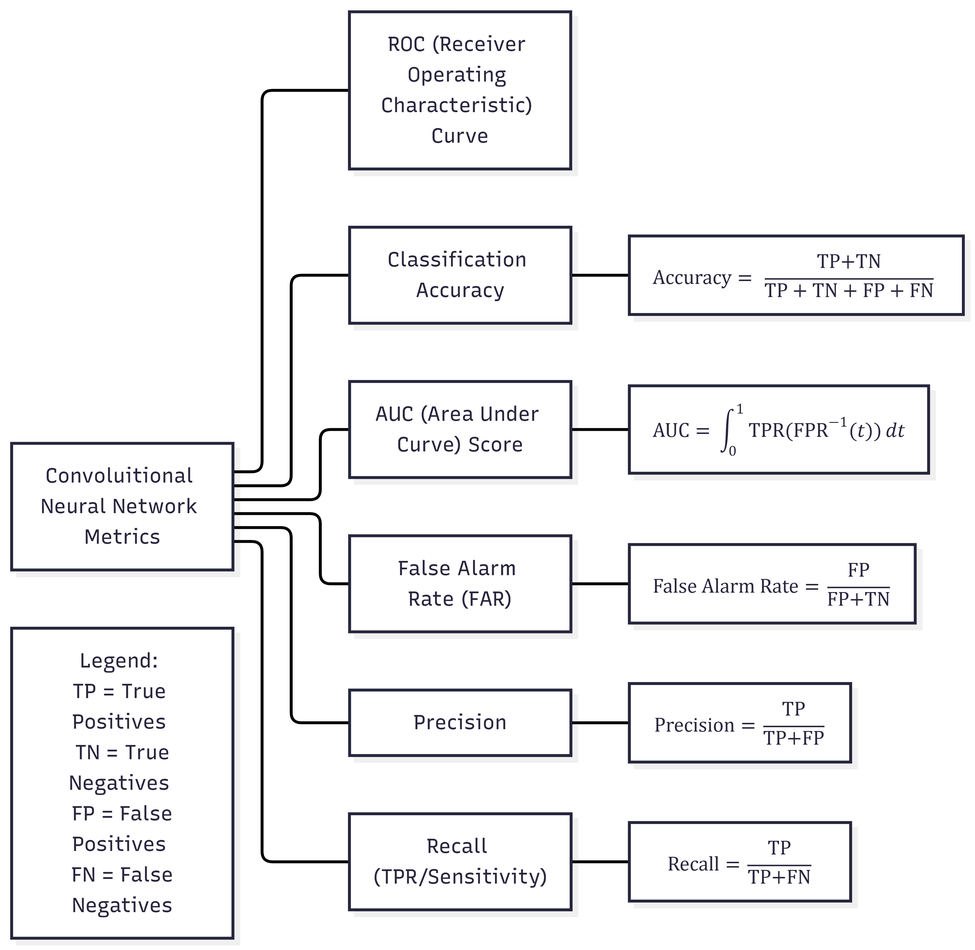
Earlier version of the Mermaid export Diagrams/Convolutional Neural Network Metrics.png (bruzz-bruzz/A-Review-on-Convolutional-Neural-Networks-CNN-in-Skin-Cancer-Diagnosis). Its source is kept beside it as Diagrams/Convolutional Neural Network Metrics.mmd. The source it was exported from:
```mermaid
---
config:
  theme: redux
---
flowchart LR
    Root["Convoluitional Neural Network Metrics"] --- A["ROC (Receiver Operating Characteristic) Curve"] & B["Classification Accuracy"] & C["AUC (Area Under Curve) Score"] & D["False Alarm Rate (FAR)"] & E["Precision"] & F["Recall (TPR/Sensitivity)"]
    B --- G["$$\text{Accuracy} = \frac{\text{TP} + \text{TN}}{\text{TP} + \text{TN} + \text{FP} + \text{FN}}$$"]
    E --- H["$$\text{Precision} = \frac{\text{TP}}{\text{TP} + \text{FP}}$$"]
    F --- I["$$\text{Recall} = \frac{\text{TP}}{\text{TP} + \text{FN}}$$"]
    D --- J["$$\text{False Alarm Rate} = \frac{\text{FP}}{\text{FP} + \text{TN}}$$"]
    C --- K["$$\text{AUC} = \int_{0}^{1} \text{TPR}(\text{FPR}^{-1}(t)) \, dt$$"]
    NOTE["Legend: <br>TP = True Positives <br> TN = True Negatives <br> FP = False Positives <br> FN = False Negatives"]
```
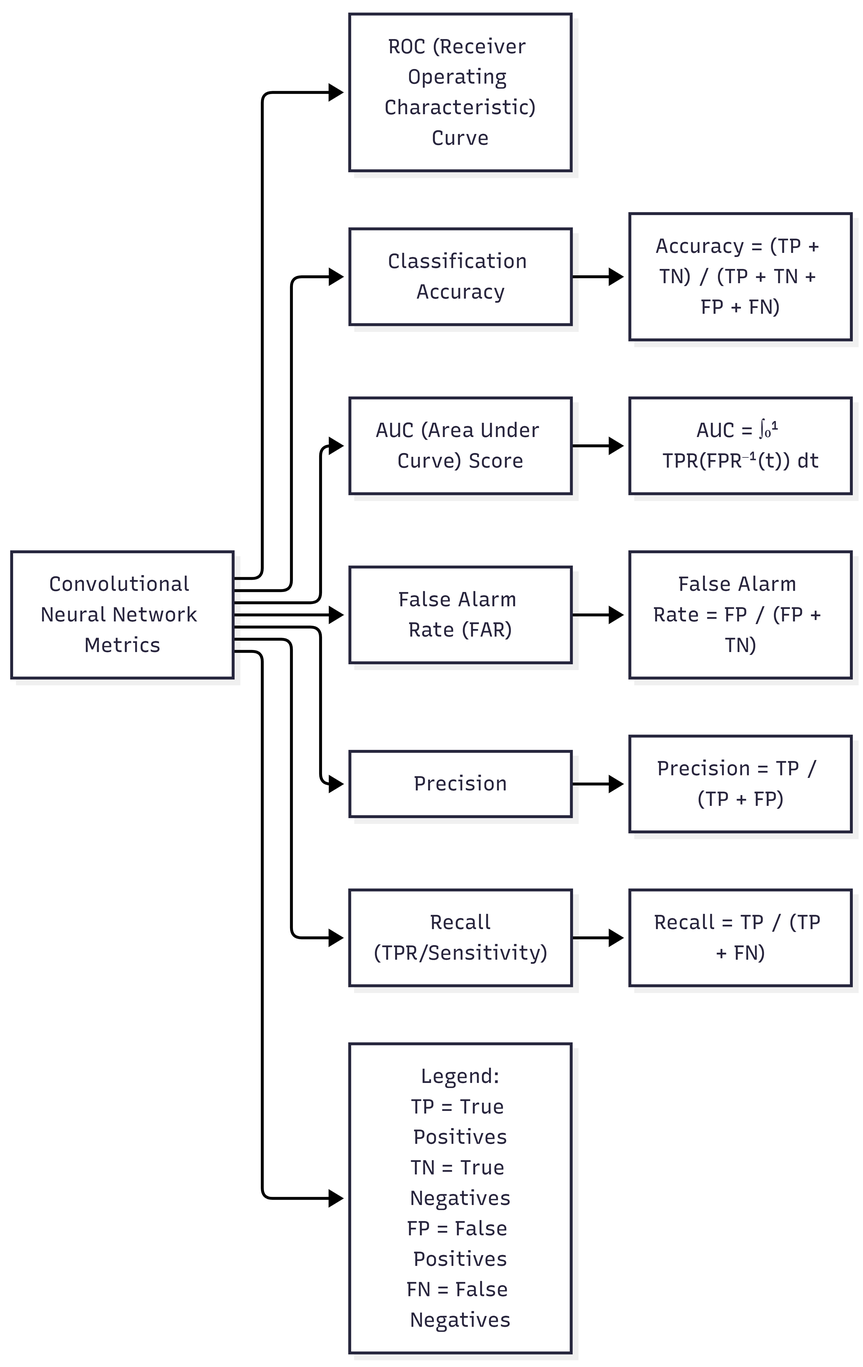
After the commit.

Diff of the diagram source:
```diff
@@ -1,12 +1,14 @@
----
-config:
-  theme: redux
----
-flowchart LR
-    Root["Convoluitional Neural Network Metrics"] --- A["ROC (Receiver Operating Characteristic) Curve"] & B["Classification Accuracy"] & C["AUC (Area Under Curve) Score"] & D["False Alarm Rate (FAR)"] & E["Precision"] & F["Recall (TPR/Sensitivity)"]
-    B --- G["$$\text{Accuracy} = \frac{\text{TP} + \text{TN}}{\text{TP} + \text{TN} + \text{FP} + \text{FN}}$$"]
-    E --- H["$$\text{Precision} = \frac{\text{TP}}{\text{TP} + \text{FP}}$$"]
-    F --- I["$$\text{Recall} = \frac{\text{TP}}{\text{TP} + \text{FN}}$$"]
-    D --- J["$$\text{False Alarm Rate} = \frac{\text{FP}}{\text{FP} + \text{TN}}$$"]
-    C --- K["$$\text{AUC} = \int_{0}^{1} \text{TPR}(\text{FPR}^{-1}(t)) \, dt$$"]
-    NOTE["Legend: <br>TP = True Positives <br> TN = True Negatives <br> FP = False Positives <br> FN = False Negatives"]
+graph LR
+    Root["Convolutional Neural Network Metrics"] --> ROC["ROC (Receiver Operating Characteristic)<br>Curve"]
+    Root --> Acc["Classification Accuracy"]
+    Root --> AUC["AUC (Area Under Curve) Score"]
+    Root --> FAR["False Alarm Rate (FAR)"]
+    Root --> Prec["Precision"]
+    Root --> Recall["Recall<br>(TPR/Sensitivity)"]
+    Root --> Legend["Legend:<br>TP = True Positives<br>TN = True Negatives<br>FP = False Positives<br>FN = False Negatives"]
+
+    Acc --> AccFormula["Accuracy = (TP + TN) / (TP + TN + FP + FN)"]
+    AUC --> AUCFormula["AUC = ∫₀¹ TPR(FPR⁻¹(t)) dt"]
+    FAR --> FARFormula["False Alarm Rate = FP / (FP + TN)"]
+    Prec --> PrecFormula["Precision = TP / (TP + FP)"]
+    Recall --> RecallFormula["Recall = TP / (TP + FN)"]
```
